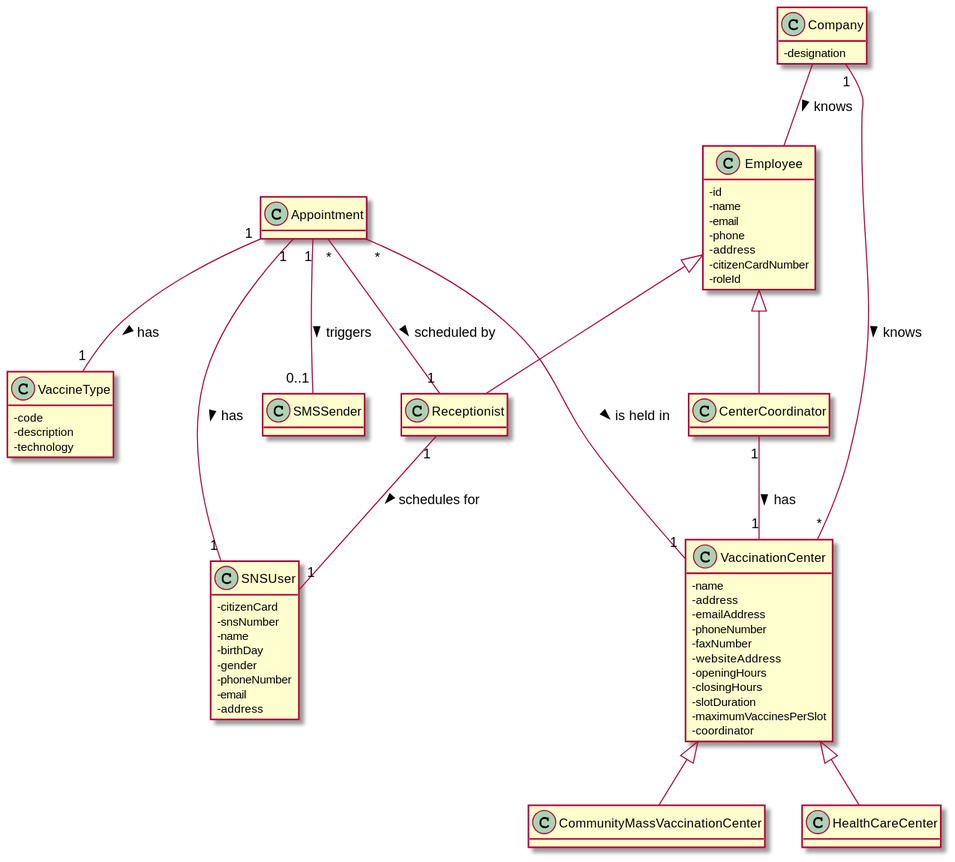
The PlantUML diagram docs/SprintC/US02/DM/US02_DM.svg in miseEnPlace-i/lapr2, before a commit.
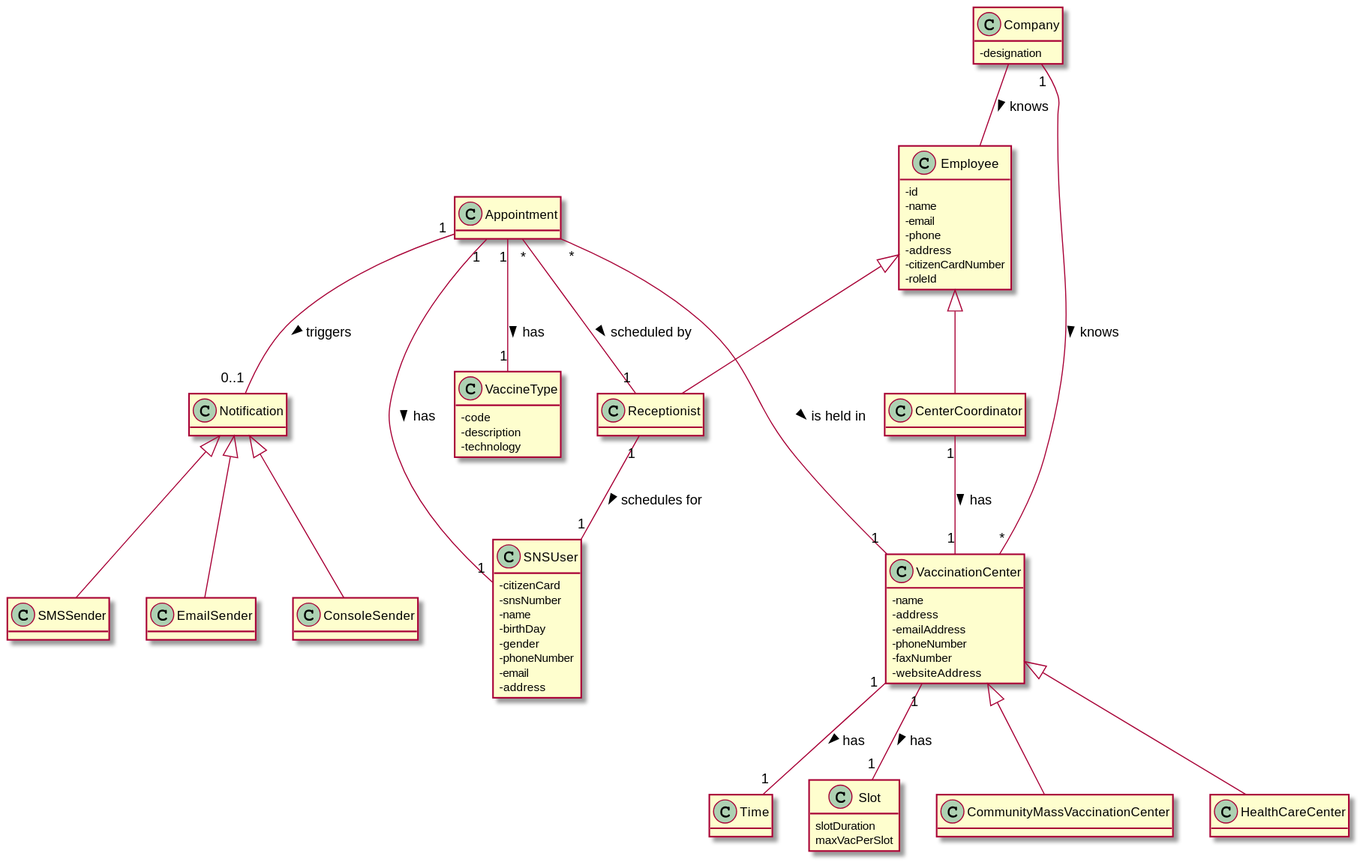
The same file after the commit.

Change to the diagram source:
```diff
@@ -29,11 +29,13 @@
   -phoneNumber
   -faxNumber
   -websiteAddress
-  -openingHours
-  -closingHours
-  -slotDuration
-  -maximumVaccinesPerSlot
-  -coordinator
+}
+
+class Time {}
+
+class Slot {
+  slotDuration
+  maxVacPerSlot
 }
 
 class Company{
@@ -52,7 +54,7 @@
   -roleId
 }
 
-class SMSSender {}
+class Notification {}
 
 class CenterCoordinator {}
 
@@ -63,17 +65,28 @@
 
 Appointment "1"  -- "1" VaccineType : has >
 Appointment "*" -- "1" VaccinationCenter : is held in >
-Company "1" -- "*" VaccinationCenter : knows >
+Appointment "1" -- "1" SNSUser : has >
 Appointment "*" -- "1" Receptionist : scheduled by >
+Appointment "1" -- "0..1" Notification : triggers >
+
 Receptionist "1" -- "1" SNSUser : schedules for >
-Appointment "1" -- "1" SNSUser : has >
 Employee <|-- Receptionist
 Employee <|-- CenterCoordinator
+
 Company -- Employee : knows >
-Appointment "1" -- "0..1" SMSSender : triggers >
+Company "1" -- "*" VaccinationCenter : knows >
+
 CenterCoordinator "1" -- "1" VaccinationCenter : has >
+
 VaccinationCenter <|-- CommunityMassVaccinationCenter
 VaccinationCenter <|-- HealthCareCenter
+VaccinationCenter "1" -- "1" Slot : has >
+VaccinationCenter "1" -- "1" Time : has >
+
+Notification <|-- SMSSender
+Notification <|-- EmailSender
+Notification <|-- ConsoleSender
+
 
 
 @enduml
```
